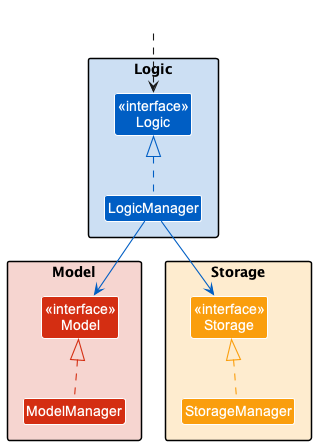
Above: docs/images/ComponentManagers.png in nus-cs2103-AY2223S2/tp (PlantUML), before the change. Its diagram source:
```plantuml
@startuml
!include style.puml
skinparam arrowThickness 1.1


package Logic LOGIC_COLOR_BACKGROUND {
Class "<<interface>>\nLogic" as Logic LOGIC_COLOR
Class LogicManager LOGIC_COLOR
}

package Model MODEL_COLOR_BACKGROUND {
Class "<<interface>>\nModel" as Model MODEL_COLOR
Class ModelManager MODEL_COLOR
}

package Storage STORAGE_COLOR_BACKGROUND {
Class "<<interface>>\nStorage" as Storage STORAGE_COLOR
Class StorageManager STORAGE_COLOR
}

Class HiddenOutside #FFFFFF
HiddenOutside ..> Logic

LogicManager .[LOGIC_COLOR]up.|> Logic
ModelManager .[MODEL_COLOR]up.|> Model
StorageManager .[STORAGE_COLOR]up.|> Storage

LogicManager -[LOGIC_COLOR]-> Model
LogicManager -[LOGIC_COLOR]-> Storage
@enduml
```
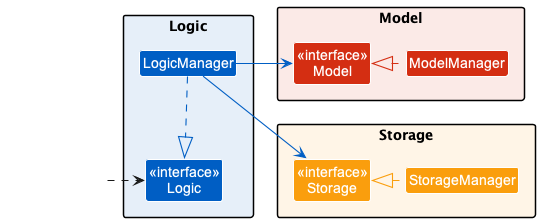
After the change.

Change to the diagram source:
```diff
@@ -19,12 +19,12 @@
 }
 
 Class HiddenOutside #FFFFFF
-HiddenOutside ..> Logic
+HiddenOutside .right.> Logic
 
-LogicManager .[LOGIC_COLOR]up.|> Logic
-ModelManager .[MODEL_COLOR]up.|> Model
-StorageManager .[STORAGE_COLOR]up.|> Storage
+LogicManager .[LOGIC_COLOR]down.|> Logic
+ModelManager .[MODEL_COLOR]left.|> Model
+StorageManager .[STORAGE_COLOR]left.|> Storage
 
-LogicManager -[LOGIC_COLOR]-> Model
+LogicManager -[LOGIC_COLOR]right-> Model
 LogicManager -[LOGIC_COLOR]-> Storage
 @enduml
```
